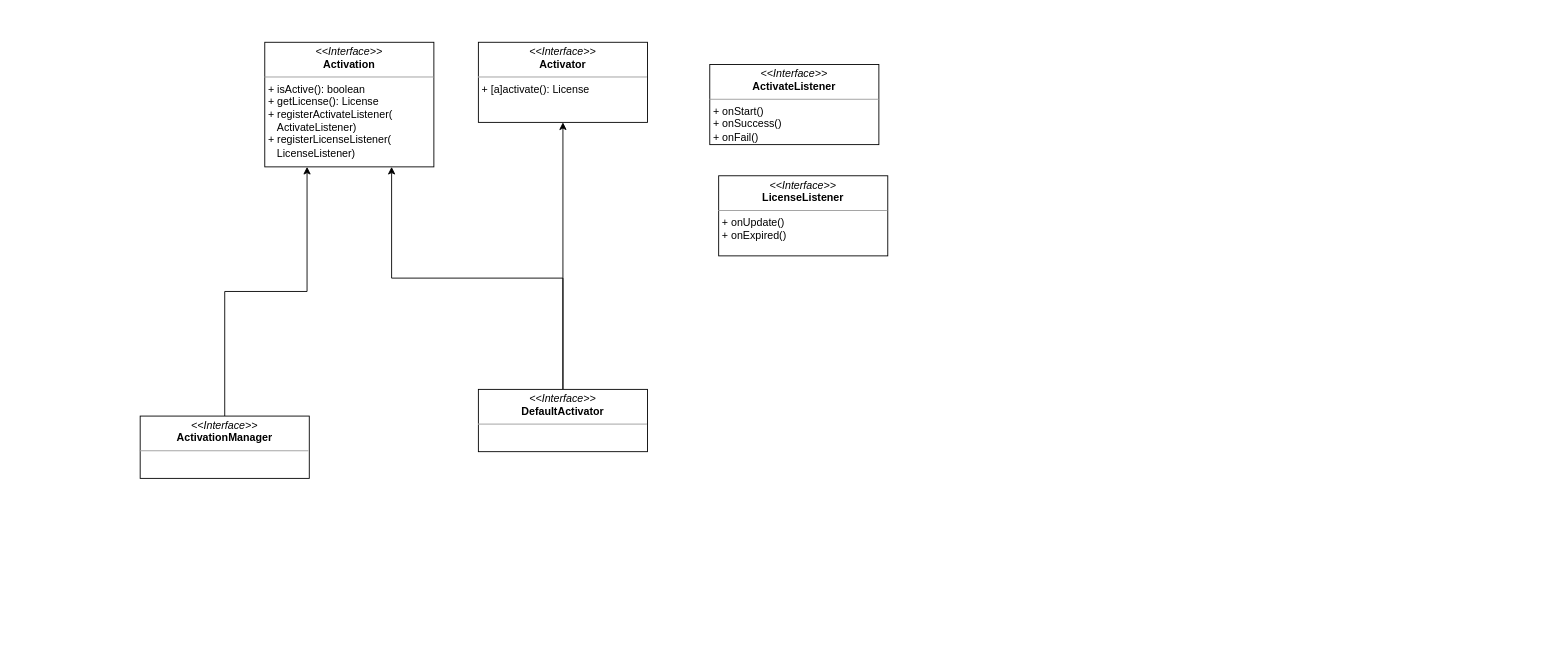
Above: page "第 2 页" (2 of 2) of License.drawio in liuao2010/drawio (draw.io), before the change. Source tidied: cells renumbered, new cells numbered last; positions are measured from the earlier drawing's top-left corner, leaving out a move shared by most shapes. Both pictures are drawn from the tidied source at 89%, with x=0, y=0 at pixel (140, 42).
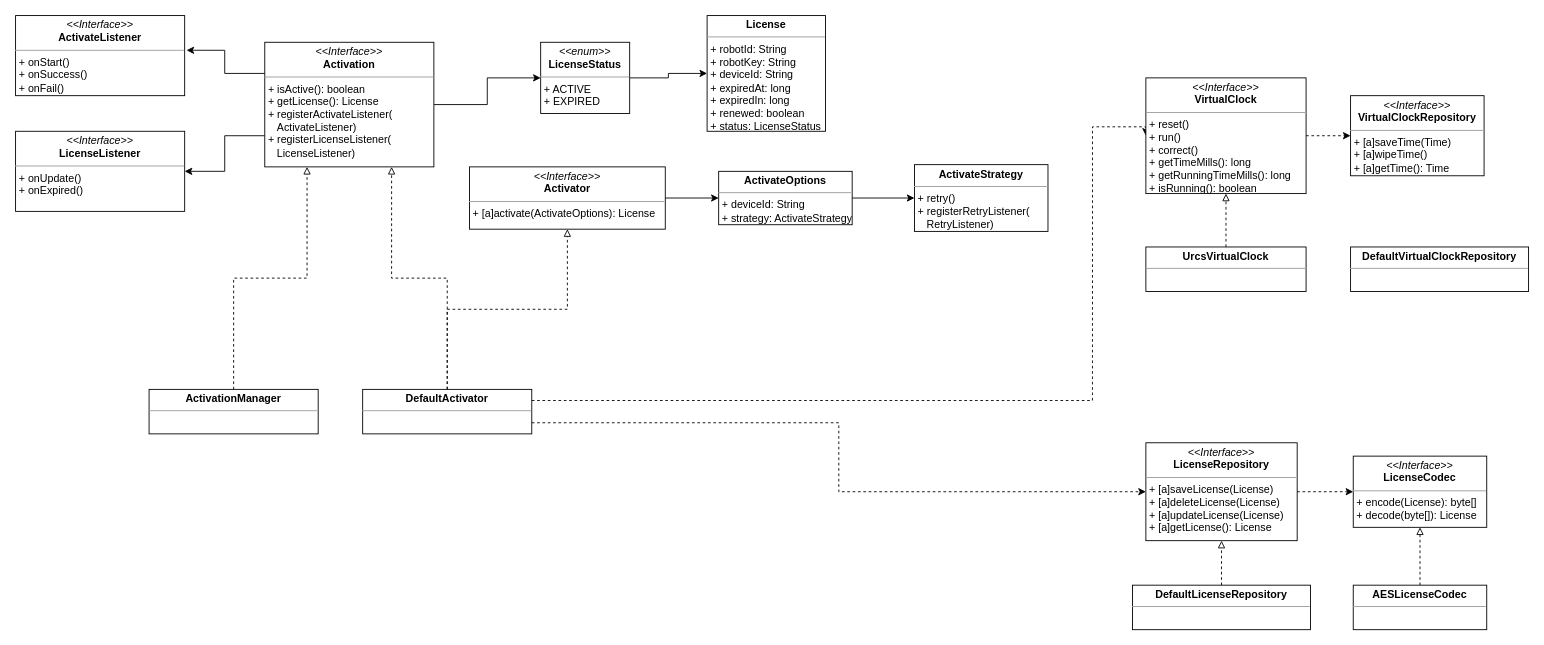
The same page after the edit.

Unchanged cells that the change refers to:
```xml
<mxCell id="2" value="&lt;p style=&quot;margin: 0px ; margin-top: 4px ; text-align: center&quot;&gt;&lt;i&gt;&amp;lt;&amp;lt;Interface&amp;gt;&amp;gt;&lt;/i&gt;&lt;br&gt;&lt;b&gt;Activation&lt;/b&gt;&lt;/p&gt;&lt;hr size=&quot;1&quot;&gt;&lt;p style=&quot;margin: 0px ; margin-left: 4px&quot;&gt;+ isActive(): boolean&lt;br&gt;+ getLicense(): License&lt;/p&gt;&lt;p style=&quot;margin: 0px ; margin-left: 4px&quot;&gt;+ registerActivateListener(&lt;/p&gt;&lt;p style=&quot;margin: 0px ; margin-left: 4px&quot;&gt;&amp;nbsp; &amp;nbsp;ActivateListener)&lt;/p&gt;&lt;p style=&quot;margin: 0px ; margin-left: 4px&quot;&gt;+ registerLicenseListener(&lt;/p&gt;&lt;p style=&quot;margin: 0px ; margin-left: 4px&quot;&gt;&amp;nbsp; &amp;nbsp;LicenseListener)&lt;/p&gt;" style="verticalAlign=top;align=left;overflow=fill;fontSize=12;fontFamily=Helvetica;html=1;" parent="1" vertex="1">
  <mxGeometry x="140" width="190" height="140" as="geometry" />
</mxCell>
```

What changed in the source:
```diff
@@
+    <mxCell id="11" style="edgeStyle=orthogonalEdgeStyle;rounded=0;jettySize=auto;html=1;exitX=0;exitY=0.25;exitDx=0;exitDy=0;entryX=1.011;entryY=0.433;entryDx=0;entryDy=0;entryPerimeter=0;" parent="1" edge="1" source="2" target="9">
+      <mxGeometry relative="1" as="geometry" />
+    </mxCell>
+    <mxCell id="12" style="edgeStyle=orthogonalEdgeStyle;rounded=0;jettySize=auto;html=1;exitX=0;exitY=0.75;exitDx=0;exitDy=0;entryX=1;entryY=0.5;entryDx=0;entryDy=0;" parent="1" edge="1" source="2" target="10">
+      <mxGeometry relative="1" as="geometry" />
+    </mxCell>
+    <mxCell id="13" style="edgeStyle=orthogonalEdgeStyle;rounded=0;jettySize=auto;html=1;exitX=1;exitY=0.5;exitDx=0;exitDy=0;entryX=0;entryY=0.5;entryDx=0;entryDy=0;" parent="1" edge="1" source="2" target="22">
+      <mxGeometry relative="1" as="geometry" />
+    </mxCell>
@@
+    <mxCell id="14" style="edgeStyle=orthogonalEdgeStyle;rounded=0;jettySize=auto;html=1;exitX=1;exitY=0.5;exitDx=0;exitDy=0;entryX=0;entryY=0.5;entryDx=0;entryDy=0;" parent="1" edge="1" source="3" target="27">
+      <mxGeometry relative="1" as="geometry" />
+    </mxCell>
-    <mxCell id="3" value="&lt;p style=&quot;margin: 0px ; margin-top: 4px ; text-align: center&quot;&gt;&lt;i&gt;&amp;lt;&amp;lt;Interface&amp;gt;&amp;gt;&lt;/i&gt;&lt;br&gt;&lt;b&gt;Activator&lt;/b&gt;&lt;/p&gt;&lt;hr size=&quot;1&quot;&gt;&lt;p style=&quot;margin: 0px ; margin-left: 4px&quot;&gt;+ [a]activate(): License&lt;br&gt;&lt;/p&gt;" style="verticalAlign=top;align=left;overflow=fill;fontSize=12;fontFamily=Helvetica;html=1;" parent="1" vertex="1">
-      <mxGeometry x="380" width="190" height="90" as="geometry" />
+    <mxCell id="3" value="&lt;p style=&quot;margin: 0px ; margin-top: 4px ; text-align: center&quot;&gt;&lt;i&gt;&amp;lt;&amp;lt;Interface&amp;gt;&amp;gt;&lt;/i&gt;&lt;br&gt;&lt;b&gt;Activator&lt;/b&gt;&lt;/p&gt;&lt;hr size=&quot;1&quot;&gt;&lt;p style=&quot;margin: 0px ; margin-left: 4px&quot;&gt;+ [a]activate(ActivateOptions): License&lt;br&gt;&lt;/p&gt;" style="verticalAlign=top;align=left;overflow=fill;fontSize=12;fontFamily=Helvetica;html=1;" parent="1" vertex="1">
+      <mxGeometry x="370" y="140" width="220" height="70" as="geometry" />
     </mxCell>
-    <mxCell id="4" style="edgeStyle=orthogonalEdgeStyle;rounded=0;jettySize=auto;html=1;exitX=0.5;exitY=0;exitDx=0;exitDy=0;entryX=0.25;entryY=1;entryDx=0;entryDy=0;" parent="1" edge="1" source="5" target="2">
+    <mxCell id="4" style="edgeStyle=orthogonalEdgeStyle;rounded=0;jettySize=auto;html=1;exitX=0.5;exitY=0;exitDx=0;exitDy=0;entryX=0.25;entryY=1;entryDx=0;entryDy=0;endArrow=block;endFill=0;dashed=1;" parent="1" edge="1" source="5" target="2">
       <mxGeometry relative="1" as="geometry" />
     </mxCell>
-    <mxCell id="5" value="&lt;p style=&quot;margin: 0px ; margin-top: 4px ; text-align: center&quot;&gt;&lt;i&gt;&amp;lt;&amp;lt;Interface&amp;gt;&amp;gt;&lt;/i&gt;&lt;br&gt;&lt;b&gt;ActivationManager&lt;/b&gt;&lt;/p&gt;&lt;hr size=&quot;1&quot;&gt;&lt;p style=&quot;margin: 0px ; margin-left: 4px&quot;&gt;&lt;br&gt;&lt;/p&gt;" style="verticalAlign=top;align=left;overflow=fill;fontSize=12;fontFamily=Helvetica;html=1;" parent="1" vertex="1">
-      <mxGeometry y="420" width="190" height="70" as="geometry" />
+    <mxCell id="5" value="&lt;p style=&quot;margin: 0px ; margin-top: 4px ; text-align: center&quot;&gt;&lt;b&gt;ActivationManager&lt;/b&gt;&lt;/p&gt;&lt;hr size=&quot;1&quot;&gt;&lt;p style=&quot;margin: 0px ; margin-left: 4px&quot;&gt;&lt;br&gt;&lt;/p&gt;" style="verticalAlign=top;align=left;overflow=fill;fontSize=12;fontFamily=Helvetica;html=1;" parent="1" vertex="1">
+      <mxGeometry x="10" y="390" width="190" height="50" as="geometry" />
     </mxCell>
-    <mxCell id="6" style="edgeStyle=orthogonalEdgeStyle;rounded=0;jettySize=auto;html=1;exitX=0.5;exitY=0;exitDx=0;exitDy=0;entryX=0.75;entryY=1;entryDx=0;entryDy=0;" parent="1" edge="1" source="8" target="2">
+    <mxCell id="6" style="edgeStyle=orthogonalEdgeStyle;rounded=0;jettySize=auto;html=1;exitX=0.5;exitY=0;exitDx=0;exitDy=0;entryX=0.75;entryY=1;entryDx=0;entryDy=0;endArrow=block;endFill=0;dashed=1;" parent="1" edge="1" source="8" target="2">
       <mxGeometry relative="1" as="geometry" />
     </mxCell>
-    <mxCell id="7" style="edgeStyle=orthogonalEdgeStyle;rounded=0;jettySize=auto;html=1;exitX=0.5;exitY=0;exitDx=0;exitDy=0;entryX=0.5;entryY=1;entryDx=0;entryDy=0;" parent="1" edge="1" source="8" target="3">
+    <mxCell id="7" style="edgeStyle=orthogonalEdgeStyle;rounded=0;jettySize=auto;html=1;exitX=0.5;exitY=0;exitDx=0;exitDy=0;entryX=0.5;entryY=1;entryDx=0;entryDy=0;endArrow=block;endFill=0;dashed=1;" parent="1" edge="1" source="8" target="3">
       <mxGeometry relative="1" as="geometry" />
     </mxCell>
+    <mxCell id="15" style="edgeStyle=orthogonalEdgeStyle;rounded=0;jettySize=auto;html=1;exitX=1;exitY=0.75;exitDx=0;exitDy=0;entryX=0;entryY=0.5;entryDx=0;entryDy=0;dashed=1;" parent="1" edge="1" source="8" target="24">
+      <mxGeometry relative="1" as="geometry" />
+    </mxCell>
+    <mxCell id="16" style="edgeStyle=orthogonalEdgeStyle;rounded=0;jettySize=auto;html=1;exitX=1;exitY=0.25;exitDx=0;exitDy=0;entryX=0;entryY=0.5;entryDx=0;entryDy=0;dashed=1;" parent="1" edge="1" source="8" target="18">
+      <mxGeometry relative="1" as="geometry">
+        <Array as="points">
+          <mxPoint x="1070" y="403" />
+          <mxPoint x="1070" y="95" />
+          <mxPoint x="1130" y="95" />
+        </Array>
+      </mxGeometry>
+    </mxCell>
-    <mxCell id="8" value="&lt;p style=&quot;margin: 0px ; margin-top: 4px ; text-align: center&quot;&gt;&lt;i&gt;&amp;lt;&amp;lt;Interface&amp;gt;&amp;gt;&lt;/i&gt;&lt;br&gt;&lt;b&gt;DefaultActivator&lt;/b&gt;&lt;/p&gt;&lt;hr size=&quot;1&quot;&gt;&lt;p style=&quot;margin: 0px ; margin-left: 4px&quot;&gt;&lt;br&gt;&lt;/p&gt;" style="verticalAlign=top;align=left;overflow=fill;fontSize=12;fontFamily=Helvetica;html=1;" parent="1" vertex="1">
-      <mxGeometry x="380" y="390" width="190" height="70" as="geometry" />
+    <mxCell id="8" value="&lt;p style=&quot;margin: 0px ; margin-top: 4px ; text-align: center&quot;&gt;&lt;b&gt;DefaultActivator&lt;/b&gt;&lt;/p&gt;&lt;hr size=&quot;1&quot;&gt;&lt;p style=&quot;margin: 0px ; margin-left: 4px&quot;&gt;&lt;br&gt;&lt;/p&gt;" style="verticalAlign=top;align=left;overflow=fill;fontSize=12;fontFamily=Helvetica;html=1;" parent="1" vertex="1">
+      <mxGeometry x="250" y="390" width="190" height="50" as="geometry" />
     </mxCell>
     <mxCell id="9" value="&lt;p style=&quot;margin: 0px ; margin-top: 4px ; text-align: center&quot;&gt;&lt;i&gt;&amp;lt;&amp;lt;Interface&amp;gt;&amp;gt;&lt;/i&gt;&lt;br&gt;&lt;b&gt;ActivateListener&lt;/b&gt;&lt;/p&gt;&lt;hr size=&quot;1&quot;&gt;&lt;p style=&quot;margin: 0px ; margin-left: 4px&quot;&gt;+ onStart()&lt;br&gt;&lt;/p&gt;&lt;p style=&quot;margin: 0px ; margin-left: 4px&quot;&gt;+ onSuccess()&lt;/p&gt;&lt;p style=&quot;margin: 0px ; margin-left: 4px&quot;&gt;+ onFail()&lt;/p&gt;" style="verticalAlign=top;align=left;overflow=fill;fontSize=12;fontFamily=Helvetica;html=1;" parent="1" vertex="1">
-      <mxGeometry x="640" y="25" width="190" height="90" as="geometry" />
+      <mxGeometry x="-140" y="-30" width="190" height="90" as="geometry" />
     </mxCell>
     <mxCell id="10" value="&lt;p style=&quot;margin: 0px ; margin-top: 4px ; text-align: center&quot;&gt;&lt;i&gt;&amp;lt;&amp;lt;Interface&amp;gt;&amp;gt;&lt;/i&gt;&lt;br&gt;&lt;b&gt;LicenseListener&lt;/b&gt;&lt;/p&gt;&lt;hr size=&quot;1&quot;&gt;&lt;p style=&quot;margin: 0px ; margin-left: 4px&quot;&gt;+ onUpdate()&lt;br&gt;&lt;/p&gt;&lt;p style=&quot;margin: 0px ; margin-left: 4px&quot;&gt;+ onExpired()&lt;/p&gt;" style="verticalAlign=top;align=left;overflow=fill;fontSize=12;fontFamily=Helvetica;html=1;" parent="1" vertex="1">
-      <mxGeometry x="650" y="150" width="190" height="90" as="geometry" />
+      <mxGeometry x="-140" y="100" width="190" height="90" as="geometry" />
     </mxCell>
+    <mxCell id="17" style="edgeStyle=orthogonalEdgeStyle;rounded=0;jettySize=auto;html=1;exitX=1;exitY=0.5;exitDx=0;exitDy=0;entryX=0;entryY=0.5;entryDx=0;entryDy=0;dashed=1;" parent="1" edge="1" source="18" target="19">
+      <mxGeometry relative="1" as="geometry" />
+    </mxCell>
+    <mxCell id="18" value="&lt;p style=&quot;margin: 0px ; margin-top: 4px ; text-align: center&quot;&gt;&lt;i&gt;&amp;lt;&amp;lt;Interface&amp;gt;&amp;gt;&lt;/i&gt;&lt;br&gt;&lt;b&gt;VirtualClock&lt;/b&gt;&lt;/p&gt;&lt;hr size=&quot;1&quot;&gt;&lt;p style=&quot;margin: 0px ; margin-left: 4px&quot;&gt;+ reset()&lt;br&gt;+ run()&lt;/p&gt;&lt;p style=&quot;margin: 0px ; margin-left: 4px&quot;&gt;+ correct()&lt;/p&gt;&lt;p style=&quot;margin: 0px ; margin-left: 4px&quot;&gt;+ getTimeMills(): long&lt;/p&gt;&lt;p style=&quot;margin: 0px ; margin-left: 4px&quot;&gt;+ getRunningTimeMills(): long&lt;/p&gt;&lt;p style=&quot;margin: 0px ; margin-left: 4px&quot;&gt;+ isRunning(): boolean&lt;/p&gt;" style="verticalAlign=top;align=left;overflow=fill;fontSize=12;fontFamily=Helvetica;html=1;" parent="1" vertex="1">
+      <mxGeometry x="1130" y="40" width="180" height="130" as="geometry" />
+    </mxCell>
+    <mxCell id="19" value="&lt;p style=&quot;margin: 0px ; margin-top: 4px ; text-align: center&quot;&gt;&lt;i&gt;&amp;lt;&amp;lt;Interface&amp;gt;&amp;gt;&lt;/i&gt;&lt;br&gt;&lt;b&gt;VirtualClockRepository&lt;/b&gt;&lt;/p&gt;&lt;hr size=&quot;1&quot;&gt;&lt;p style=&quot;margin: 0px ; margin-left: 4px&quot;&gt;+ [a]saveTime(Time)&lt;br&gt;+ [a]wipeTime()&lt;/p&gt;&lt;p style=&quot;margin: 0px ; margin-left: 4px&quot;&gt;+ [a]getTime(): Time&lt;/p&gt;" style="verticalAlign=top;align=left;overflow=fill;fontSize=12;fontFamily=Helvetica;html=1;" parent="1" vertex="1">
+      <mxGeometry x="1360" y="60" width="150" height="90" as="geometry" />
+    </mxCell>
+    <mxCell id="20" value="&lt;p style=&quot;margin: 0px ; margin-top: 4px ; text-align: center&quot;&gt;&lt;b&gt;License&lt;/b&gt;&lt;/p&gt;&lt;hr size=&quot;1&quot;&gt;&lt;p style=&quot;margin: 0px ; margin-left: 4px&quot;&gt;+ robotId: String&lt;/p&gt;&lt;p style=&quot;margin: 0px ; margin-left: 4px&quot;&gt;+ robotKey: String&lt;/p&gt;&lt;p style=&quot;margin: 0px ; margin-left: 4px&quot;&gt;+ deviceId: String&lt;/p&gt;&lt;p style=&quot;margin: 0px ; margin-left: 4px&quot;&gt;+ expiredAt: long&lt;/p&gt;&lt;p style=&quot;margin: 0px ; margin-left: 4px&quot;&gt;+ expiredIn: long&lt;/p&gt;&lt;p style=&quot;margin: 0px ; margin-left: 4px&quot;&gt;+ renewed: boolean&lt;/p&gt;&lt;p style=&quot;margin: 0px ; margin-left: 4px&quot;&gt;+ status: LicenseStatus&lt;/p&gt;&lt;p style=&quot;margin: 0px ; margin-left: 4px&quot;&gt;&lt;br&gt;&lt;/p&gt;" style="verticalAlign=top;align=left;overflow=fill;fontSize=12;fontFamily=Helvetica;html=1;" parent="1" vertex="1">
+      <mxGeometry x="637" y="-30" width="133" height="130" as="geometry" />
+    </mxCell>
+    <mxCell id="21" style="edgeStyle=orthogonalEdgeStyle;rounded=0;jettySize=auto;html=1;exitX=1;exitY=0.5;exitDx=0;exitDy=0;entryX=0;entryY=0.5;entryDx=0;entryDy=0;" parent="1" edge="1" source="22" target="20">
+      <mxGeometry relative="1" as="geometry" />
+    </mxCell>
+    <mxCell id="22" value="&lt;p style=&quot;margin: 0px ; margin-top: 4px ; text-align: center&quot;&gt;&lt;i&gt;&amp;lt;&amp;lt;enum&amp;gt;&amp;gt;&lt;/i&gt;&lt;br&gt;&lt;b&gt;LicenseStatus&lt;/b&gt;&lt;br&gt;&lt;/p&gt;&lt;hr size=&quot;1&quot;&gt;&lt;p style=&quot;margin: 0px ; margin-left: 4px&quot;&gt;+ ACTIVE&lt;/p&gt;&lt;p style=&quot;margin: 0px ; margin-left: 4px&quot;&gt;+ EXPIRED&lt;/p&gt;" style="verticalAlign=top;align=left;overflow=fill;fontSize=12;fontFamily=Helvetica;html=1;" parent="1" vertex="1">
+      <mxGeometry x="450" width="100" height="80" as="geometry" />
+    </mxCell>
+    <mxCell id="23" style="edgeStyle=orthogonalEdgeStyle;rounded=0;jettySize=auto;html=1;exitX=1;exitY=0.5;exitDx=0;exitDy=0;entryX=0;entryY=0.5;entryDx=0;entryDy=0;dashed=1;" parent="1" edge="1" source="24" target="25">
+      <mxGeometry relative="1" as="geometry" />
+    </mxCell>
+    <mxCell id="24" value="&lt;p style=&quot;margin: 0px ; margin-top: 4px ; text-align: center&quot;&gt;&lt;i&gt;&amp;lt;&amp;lt;Interface&amp;gt;&amp;gt;&lt;/i&gt;&lt;br&gt;&lt;b&gt;LicenseRepository&lt;/b&gt;&lt;/p&gt;&lt;hr size=&quot;1&quot;&gt;&lt;p style=&quot;margin: 0px ; margin-left: 4px&quot;&gt;+ [a]saveLicense(License)&lt;br&gt;+ [a]deleteLicense(License)&lt;/p&gt;&lt;p style=&quot;margin: 0px ; margin-left: 4px&quot;&gt;+ [a]updateLicense(License)&lt;/p&gt;&lt;p style=&quot;margin: 0px ; margin-left: 4px&quot;&gt;+ [a]getLicense(): License&lt;/p&gt;" style="verticalAlign=top;align=left;overflow=fill;fontSize=12;fontFamily=Helvetica;html=1;" parent="1" vertex="1">
+      <mxGeometry x="1130" y="450" width="170" height="110" as="geometry" />
+    </mxCell>
+    <mxCell id="25" value="&lt;p style=&quot;margin: 0px ; margin-top: 4px ; text-align: center&quot;&gt;&lt;i&gt;&amp;lt;&amp;lt;Interface&amp;gt;&amp;gt;&lt;/i&gt;&lt;br&gt;&lt;b&gt;LicenseCodec&lt;/b&gt;&lt;/p&gt;&lt;hr size=&quot;1&quot;&gt;&lt;p style=&quot;margin: 0px ; margin-left: 4px&quot;&gt;+ encode(License): byte[]&lt;br&gt;+ decode(byte[]): License&lt;/p&gt;" style="verticalAlign=top;align=left;overflow=fill;fontSize=12;fontFamily=Helvetica;html=1;" parent="1" vertex="1">
+      <mxGeometry x="1363" y="465" width="150" height="80" as="geometry" />
+    </mxCell>
+    <mxCell id="26" style="edgeStyle=orthogonalEdgeStyle;rounded=0;jettySize=auto;html=1;exitX=1;exitY=0.5;exitDx=0;exitDy=0;entryX=0;entryY=0.5;entryDx=0;entryDy=0;" parent="1" edge="1" source="27" target="28">
+      <mxGeometry relative="1" as="geometry" />
+    </mxCell>
+    <mxCell id="27" value="&lt;p style=&quot;margin: 0px ; margin-top: 4px ; text-align: center&quot;&gt;&lt;b&gt;ActivateOptions&lt;/b&gt;&lt;/p&gt;&lt;hr size=&quot;1&quot;&gt;&lt;p style=&quot;margin: 0px ; margin-left: 4px&quot;&gt;&lt;span&gt;+ deviceId: String&lt;/span&gt;&lt;/p&gt;&lt;p style=&quot;margin: 0px ; margin-left: 4px&quot;&gt;+ strategy: ActivateStrategy&lt;/p&gt;&lt;p style=&quot;margin: 0px ; margin-left: 4px&quot;&gt;&lt;br&gt;&lt;/p&gt;" style="verticalAlign=top;align=left;overflow=fill;fontSize=12;fontFamily=Helvetica;html=1;" parent="1" vertex="1">
+      <mxGeometry x="650" y="145" width="150" height="60" as="geometry" />
+    </mxCell>
+    <mxCell id="28" value="&lt;p style=&quot;margin: 0px ; margin-top: 4px ; text-align: center&quot;&gt;&lt;b&gt;ActivateStrategy&lt;/b&gt;&lt;/p&gt;&lt;hr size=&quot;1&quot;&gt;&lt;p style=&quot;margin: 0px ; margin-left: 4px&quot;&gt;&lt;span&gt;+ retry()&lt;/span&gt;&lt;/p&gt;&lt;p style=&quot;margin: 0px ; margin-left: 4px&quot;&gt;+ registerRetryListener(&lt;/p&gt;&lt;p style=&quot;margin: 0px ; margin-left: 4px&quot;&gt;&amp;nbsp; &amp;nbsp;RetryListener)&lt;/p&gt;&lt;p style=&quot;margin: 0px ; margin-left: 4px&quot;&gt;&lt;br&gt;&lt;/p&gt;" style="verticalAlign=top;align=left;overflow=fill;fontSize=12;fontFamily=Helvetica;html=1;" parent="1" vertex="1">
+      <mxGeometry x="870" y="137.5" width="150" height="75" as="geometry" />
+    </mxCell>
+    <mxCell id="29" style="edgeStyle=orthogonalEdgeStyle;rounded=0;jettySize=auto;html=1;exitX=0.5;exitY=0;exitDx=0;exitDy=0;entryX=0.5;entryY=1;entryDx=0;entryDy=0;dashed=1;endArrow=block;endFill=0;" parent="1" edge="1" source="30" target="18">
+      <mxGeometry relative="1" as="geometry" />
+    </mxCell>
+    <mxCell id="30" value="&lt;p style=&quot;margin: 0px ; margin-top: 4px ; text-align: center&quot;&gt;&lt;b&gt;UrcsVirtualClock&lt;/b&gt;&lt;/p&gt;&lt;hr size=&quot;1&quot;&gt;&lt;p style=&quot;margin: 0px ; margin-left: 4px&quot;&gt;&lt;br&gt;&lt;/p&gt;&lt;p style=&quot;margin: 0px ; margin-left: 4px&quot;&gt;&lt;br&gt;&lt;/p&gt;" style="verticalAlign=top;align=left;overflow=fill;fontSize=12;fontFamily=Helvetica;html=1;" parent="1" vertex="1">
+      <mxGeometry x="1130" y="230" width="180" height="50" as="geometry" />
+    </mxCell>
+    <mxCell id="31" value="&lt;p style=&quot;margin: 0px ; margin-top: 4px ; text-align: center&quot;&gt;&lt;b&gt;DefaultVirtualClockRepository&lt;/b&gt;&lt;/p&gt;&lt;hr size=&quot;1&quot;&gt;&lt;p style=&quot;margin: 0px ; margin-left: 4px&quot;&gt;&lt;br&gt;&lt;/p&gt;&lt;p style=&quot;margin: 0px ; margin-left: 4px&quot;&gt;&lt;br&gt;&lt;/p&gt;" style="verticalAlign=top;align=left;overflow=fill;fontSize=12;fontFamily=Helvetica;html=1;" parent="1" vertex="1">
+      <mxGeometry x="1360" y="230" width="200" height="50" as="geometry" />
+    </mxCell>
+    <mxCell id="32" style="edgeStyle=orthogonalEdgeStyle;rounded=0;jettySize=auto;html=1;exitX=0.5;exitY=0;exitDx=0;exitDy=0;entryX=0.5;entryY=1;entryDx=0;entryDy=0;dashed=1;startArrow=none;startFill=0;endArrow=block;endFill=0;" parent="1" edge="1" source="33" target="24">
+      <mxGeometry relative="1" as="geometry" />
+    </mxCell>
+    <mxCell id="33" value="&lt;p style=&quot;margin: 0px ; margin-top: 4px ; text-align: center&quot;&gt;&lt;b&gt;DefaultLicenseRepository&lt;/b&gt;&lt;/p&gt;&lt;hr size=&quot;1&quot;&gt;&lt;p style=&quot;margin: 0px ; margin-left: 4px&quot;&gt;&lt;br&gt;&lt;/p&gt;&lt;p style=&quot;margin: 0px ; margin-left: 4px&quot;&gt;&lt;br&gt;&lt;/p&gt;" style="verticalAlign=top;align=left;overflow=fill;fontSize=12;fontFamily=Helvetica;html=1;" parent="1" vertex="1">
+      <mxGeometry x="1115" y="610" width="200" height="50" as="geometry" />
+    </mxCell>
+    <mxCell id="34" style="edgeStyle=orthogonalEdgeStyle;rounded=0;jettySize=auto;html=1;exitX=0.5;exitY=0;exitDx=0;exitDy=0;entryX=0.5;entryY=1;entryDx=0;entryDy=0;dashed=1;startArrow=none;startFill=0;endArrow=block;endFill=0;" parent="1" edge="1" source="35" target="25">
+      <mxGeometry relative="1" as="geometry" />
+    </mxCell>
+    <mxCell id="35" value="&lt;p style=&quot;margin: 0px ; margin-top: 4px ; text-align: center&quot;&gt;&lt;b&gt;AESLicenseCodec&lt;/b&gt;&lt;/p&gt;&lt;hr size=&quot;1&quot;&gt;&lt;p style=&quot;margin: 0px ; margin-left: 4px&quot;&gt;&lt;br&gt;&lt;/p&gt;&lt;p style=&quot;margin: 0px ; margin-left: 4px&quot;&gt;&lt;br&gt;&lt;/p&gt;" style="verticalAlign=top;align=left;overflow=fill;fontSize=12;fontFamily=Helvetica;html=1;" parent="1" vertex="1">
+      <mxGeometry x="1363" y="610" width="150" height="50" as="geometry" />
+    </mxCell>
```
